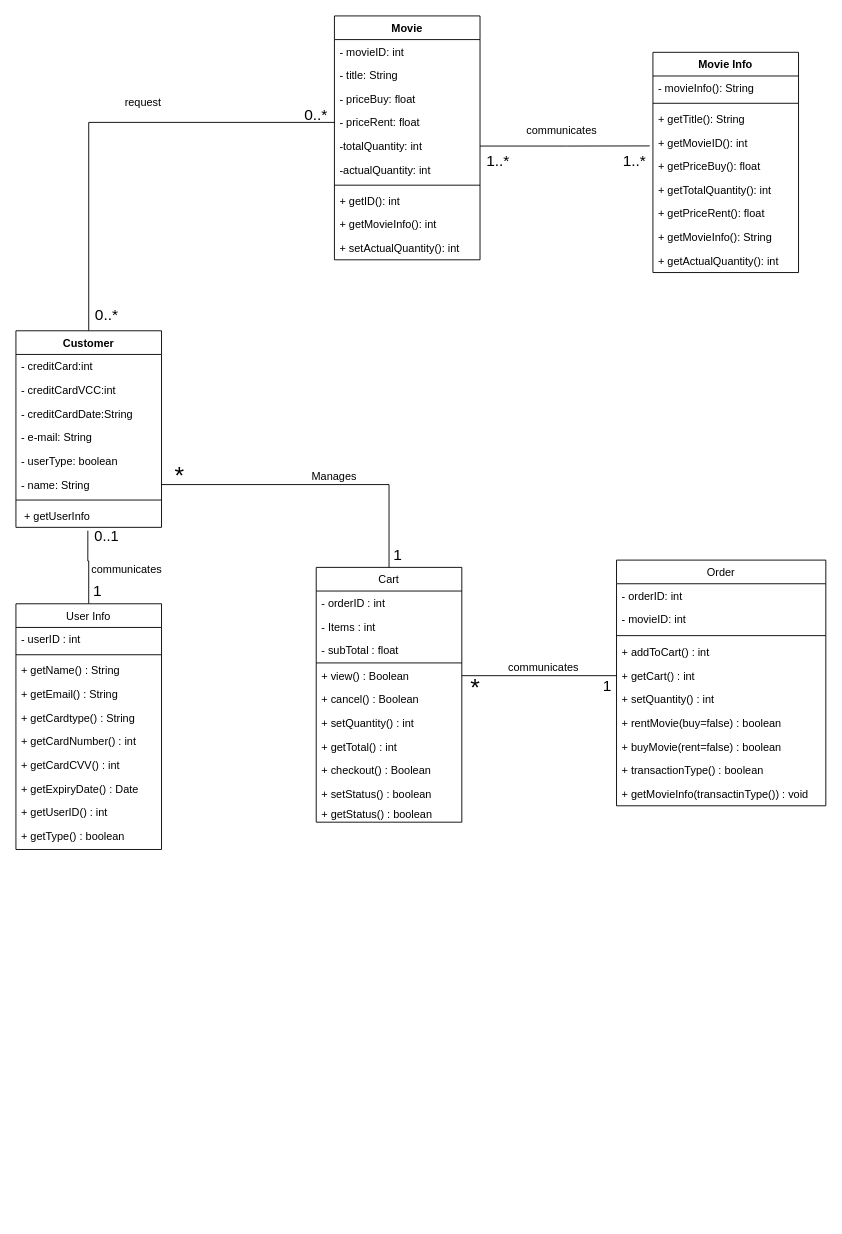
Earlier version of the draw.io diagram Trabalho escrito/Diagrams/classdiagram Version 2.drawio (AlissonDMoura/Movie-Rental). Source tidied: cells renumbered, new cells numbered last; positions are measured from the earlier drawing's top-left corner, leaving out a move shared by most shapes. Both pictures are drawn from the tidied source at 91%, with x=0, y=0 at pixel (15, 15).
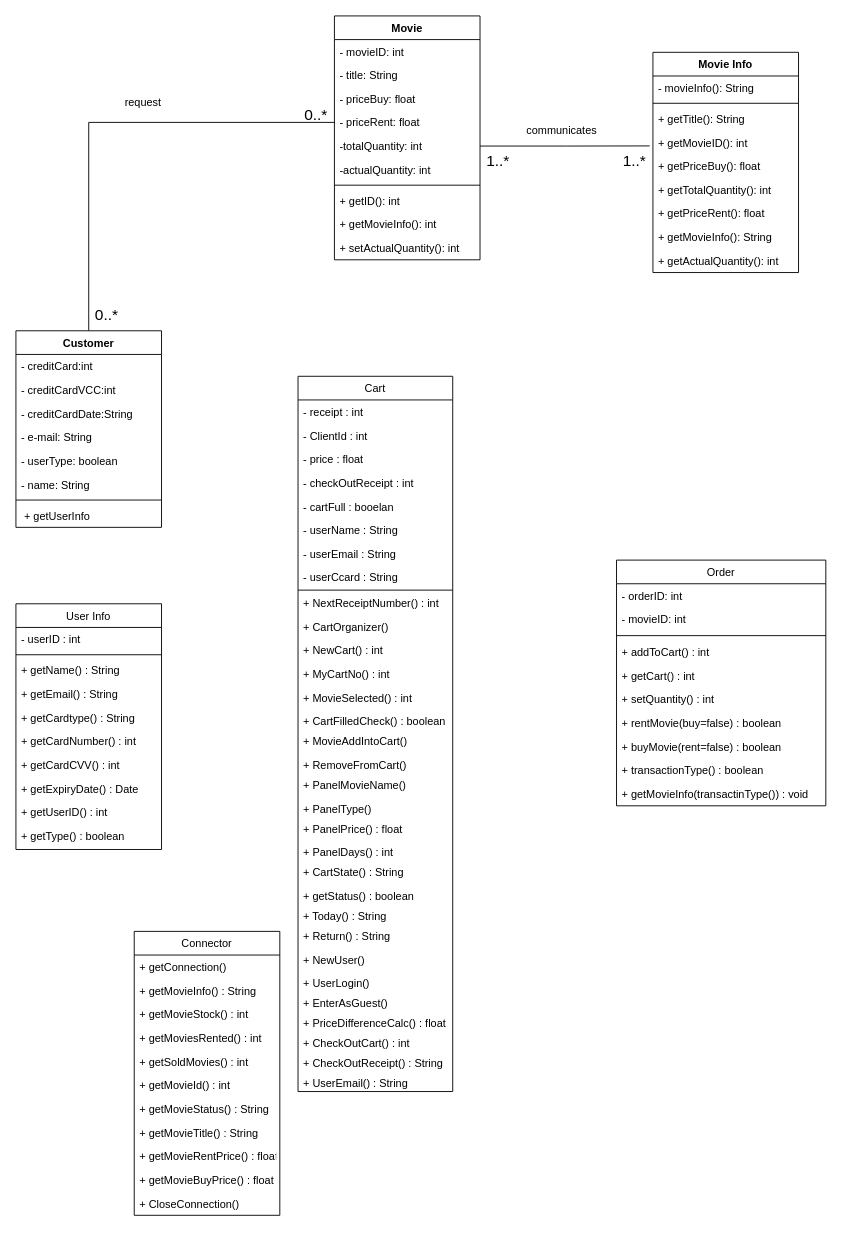
The same page after the edit.

The change refers to these unchanged cells:
```xml
<mxCell id="15" value="User Info" style="swimlane;fontStyle=0;align=center;verticalAlign=top;horizontal=1;startSize=26;rounded=0;shadow=0;strokeWidth=1;" parent="1" vertex="1">
  <mxGeometry y="646" width="160" height="270" as="geometry" />
</mxCell>
<mxCell id="31" value="+ getCart() : int" style="text;align=left;verticalAlign=top;spacingLeft=4;spacingRight=4;overflow=hidden;points=[[0,0.5],[1,0.5]];portConstraint=eastwest;rounded=0;shadow=0;html=0;" parent="26" vertex="1">
  <mxGeometry y="114" width="230" height="26" as="geometry" />
</mxCell>
<mxCell id="55" value="- name: String" style="text;strokeColor=none;fillColor=none;align=left;verticalAlign=top;spacingLeft=4;spacingRight=4;overflow=hidden;points=[[0,0.5],[1,0.5]];portConstraint=eastwest;" parent="49" vertex="1">
  <mxGeometry y="156" width="160" height="26" as="geometry" />
</mxCell>
<mxCell id="57" value=" + getUserInfo" style="text;strokeColor=none;fillColor=none;align=left;verticalAlign=top;spacingLeft=4;spacingRight=4;overflow=hidden;points=[[0,0.5],[1,0.5]];portConstraint=eastwest;" parent="49" vertex="1">
  <mxGeometry y="190" width="160" height="26" as="geometry" />
</mxCell>
```

The edit, as a diff of the source:
```diff
@@
     <mxCell id="2" value="Cart" style="swimlane;fontStyle=0;align=center;verticalAlign=top;horizontal=1;startSize=26;rounded=0;shadow=0;strokeWidth=1;" parent="1" vertex="1">
-      <mxGeometry x="330" y="606" width="160" height="280" as="geometry" />
+      <mxGeometry x="310" y="396" width="170" height="786" as="geometry" />
     </mxCell>
-    <mxCell id="3" value="- orderID : int" style="text;align=left;verticalAlign=top;spacingLeft=4;spacingRight=4;overflow=hidden;" parent="2" vertex="1">
-      <mxGeometry y="26" width="160" height="26" as="geometry" />
+    <mxCell id="3" value="- receipt : int" style="text;align=left;verticalAlign=top;spacingLeft=4;spacingRight=4;overflow=hidden;" parent="2" vertex="1">
+      <mxGeometry y="26" width="170" height="26" as="geometry" />
     </mxCell>
-    <mxCell id="4" value="- Items : int" style="text;align=left;verticalAlign=top;spacingLeft=4;spacingRight=4;overflow=hidden;rounded=0;shadow=0;html=0;" parent="2" vertex="1">
-      <mxGeometry y="52" width="160" height="26" as="geometry" />
+    <mxCell id="4" value="- ClientId : int" style="text;align=left;verticalAlign=top;spacingLeft=4;spacingRight=4;overflow=hidden;rounded=0;shadow=0;html=0;" parent="2" vertex="1">
+      <mxGeometry y="52" width="170" height="26" as="geometry" />
     </mxCell>
-    <mxCell id="5" value="- subTotal : float" style="text;align=left;verticalAlign=top;spacingLeft=4;spacingRight=4;overflow=hidden;rounded=0;shadow=0;html=0;" parent="2" vertex="1">
-      <mxGeometry y="78" width="160" height="26" as="geometry" />
+    <mxCell id="5" value="- price : float" style="text;align=left;verticalAlign=top;spacingLeft=4;spacingRight=4;overflow=hidden;rounded=0;shadow=0;html=0;" parent="2" vertex="1">
+      <mxGeometry y="78" width="170" height="26" as="geometry" />
     </mxCell>
+    <mxCell id="86" value="- checkOutReceipt : int" style="text;align=left;verticalAlign=top;spacingLeft=4;spacingRight=4;overflow=hidden;rounded=0;shadow=0;html=0;" parent="2" vertex="1">
+      <mxGeometry y="104" width="170" height="26" as="geometry" />
+    </mxCell>
+    <mxCell id="87" value="- cartFull : booelan" style="text;align=left;verticalAlign=top;spacingLeft=4;spacingRight=4;overflow=hidden;rounded=0;shadow=0;html=0;" parent="2" vertex="1">
+      <mxGeometry y="130" width="170" height="26" as="geometry" />
+    </mxCell>
+    <mxCell id="88" value="- userName : String" style="text;align=left;verticalAlign=top;spacingLeft=4;spacingRight=4;overflow=hidden;rounded=0;shadow=0;html=0;" parent="2" vertex="1">
+      <mxGeometry y="156" width="170" height="26" as="geometry" />
+    </mxCell>
+    <mxCell id="89" value="- userEmail : String" style="text;align=left;verticalAlign=top;spacingLeft=4;spacingRight=4;overflow=hidden;rounded=0;shadow=0;html=0;" parent="2" vertex="1">
+      <mxGeometry y="182" width="170" height="26" as="geometry" />
+    </mxCell>
+    <mxCell id="90" value="- userCcard : String" style="text;align=left;verticalAlign=top;spacingLeft=4;spacingRight=4;overflow=hidden;rounded=0;shadow=0;html=0;" parent="2" vertex="1">
+      <mxGeometry y="208" width="170" height="26" as="geometry" />
+    </mxCell>
     <mxCell id="6" style="line;html=1;strokeWidth=1;align=left;verticalAlign=middle;spacingTop=-1;spacingLeft=3;spacingRight=3;labelPosition=right;" parent="2" vertex="1">
-      <mxGeometry y="104" width="160" height="2" as="geometry" />
+      <mxGeometry y="234" width="170" height="2" as="geometry" />
     </mxCell>
-    <mxCell id="7" value="+ view() : Boolean" style="text;align=left;verticalAlign=top;spacingLeft=4;spacingRight=4;overflow=hidden;points=[[0,0.5],[1,0.5]];portConstraint=eastwest;rounded=0;shadow=0;html=0;" parent="2" vertex="1">
-      <mxGeometry y="106" width="160" height="26" as="geometry" />
+    <mxCell id="7" value="+ NextReceiptNumber() : int" style="text;align=left;verticalAlign=top;spacingLeft=4;spacingRight=4;overflow=hidden;points=[[0,0.5],[1,0.5]];portConstraint=eastwest;rounded=0;shadow=0;html=0;" parent="2" vertex="1">
+      <mxGeometry y="236" width="170" height="26" as="geometry" />
     </mxCell>
-    <mxCell id="8" value="+ cancel() : Boolean" style="text;align=left;verticalAlign=top;spacingLeft=4;spacingRight=4;overflow=hidden;rounded=0;shadow=0;html=0;" parent="2" vertex="1">
-      <mxGeometry y="132" width="160" height="26" as="geometry" />
+    <mxCell id="8" value="+ CartOrganizer() " style="text;align=left;verticalAlign=top;spacingLeft=4;spacingRight=4;overflow=hidden;rounded=0;shadow=0;html=0;" parent="2" vertex="1">
+      <mxGeometry y="262" width="170" height="26" as="geometry" />
     </mxCell>
-    <mxCell id="9" value="+ setQuantity() : int" style="text;align=left;verticalAlign=top;spacingLeft=4;spacingRight=4;overflow=hidden;rounded=0;shadow=0;html=0;" parent="2" vertex="1">
-      <mxGeometry y="158" width="160" height="26" as="geometry" />
+    <mxCell id="9" value="+ NewCart() : int" style="text;align=left;verticalAlign=top;spacingLeft=4;spacingRight=4;overflow=hidden;rounded=0;shadow=0;html=0;" parent="2" vertex="1">
+      <mxGeometry y="288" width="170" height="26" as="geometry" />
     </mxCell>
-    <mxCell id="10" value="+ getTotal() : int" style="text;align=left;verticalAlign=top;spacingLeft=4;spacingRight=4;overflow=hidden;rounded=0;shadow=0;html=0;" parent="2" vertex="1">
-      <mxGeometry y="184" width="160" height="26" as="geometry" />
+    <mxCell id="10" value="+ MyCartNo() : int" style="text;align=left;verticalAlign=top;spacingLeft=4;spacingRight=4;overflow=hidden;rounded=0;shadow=0;html=0;" parent="2" vertex="1">
+      <mxGeometry y="314" width="170" height="26" as="geometry" />
     </mxCell>
-    <mxCell id="11" value="+ checkout() : Boolean" style="text;align=left;verticalAlign=top;spacingLeft=4;spacingRight=4;overflow=hidden;rounded=0;shadow=0;html=0;" parent="2" vertex="1">
-      <mxGeometry y="210" width="160" height="26" as="geometry" />
+    <mxCell id="11" value="+ MovieSelected() : int" style="text;align=left;verticalAlign=top;spacingLeft=4;spacingRight=4;overflow=hidden;rounded=0;shadow=0;html=0;" parent="2" vertex="1">
+      <mxGeometry y="340" width="170" height="26" as="geometry" />
     </mxCell>
-    <mxCell id="12" value="+ setStatus() : boolean" style="text;align=left;verticalAlign=top;spacingLeft=4;spacingRight=4;overflow=hidden;rounded=0;shadow=0;html=0;" parent="2" vertex="1">
-      <mxGeometry y="236" width="160" height="22" as="geometry" />
+    <mxCell id="12" value="+ CartFilledCheck() : boolean" style="text;align=left;verticalAlign=top;spacingLeft=4;spacingRight=4;overflow=hidden;rounded=0;shadow=0;html=0;" parent="2" vertex="1">
+      <mxGeometry y="366" width="170" height="22" as="geometry" />
     </mxCell>
+    <mxCell id="91" value="+ MovieAddIntoCart() " style="text;align=left;verticalAlign=top;spacingLeft=4;spacingRight=4;overflow=hidden;rounded=0;shadow=0;html=0;" parent="2" vertex="1">
+      <mxGeometry y="388" width="170" height="26" as="geometry" />
+    </mxCell>
+    <mxCell id="92" value="+ RemoveFromCart() " style="text;align=left;verticalAlign=top;spacingLeft=4;spacingRight=4;overflow=hidden;rounded=0;shadow=0;html=0;" parent="2" vertex="1">
+      <mxGeometry y="414" width="170" height="22" as="geometry" />
+    </mxCell>
+    <mxCell id="93" value="+ PanelMovieName() " style="text;align=left;verticalAlign=top;spacingLeft=4;spacingRight=4;overflow=hidden;rounded=0;shadow=0;html=0;" parent="2" vertex="1">
+      <mxGeometry y="436" width="170" height="26" as="geometry" />
+    </mxCell>
-    <mxCell id="13" value="+ getStatus() : boolean" style="text;align=left;verticalAlign=top;spacingLeft=4;spacingRight=4;overflow=hidden;rounded=0;shadow=0;html=0;" parent="2" vertex="1">
-      <mxGeometry y="258" width="160" height="22" as="geometry" />
+    <mxCell id="13" value="+ PanelType() " style="text;align=left;verticalAlign=top;spacingLeft=4;spacingRight=4;overflow=hidden;rounded=0;shadow=0;html=0;" parent="2" vertex="1">
+      <mxGeometry y="462" width="170" height="22" as="geometry" />
     </mxCell>
-    <mxCell id="14" style="edgeStyle=orthogonalEdgeStyle;rounded=0;jettySize=auto;html=1;exitX=0.5;exitY=0;exitDx=0;exitDy=0;entryX=0.494;entryY=1.14;entryDx=0;entryDy=0;entryPerimeter=0;endArrow=none;endFill=0;" parent="1" edge="1" source="15" target="57">
-      <mxGeometry relative="1" as="geometry">
-        <Array as="points">
-          <mxPoint x="80" y="599" />
-          <mxPoint x="79" y="556" />
-        </Array>
-      </mxGeometry>
-    </mxCell>
+    <mxCell id="94" value="+ PanelPrice() : float" style="text;align=left;verticalAlign=top;spacingLeft=4;spacingRight=4;overflow=hidden;rounded=0;shadow=0;html=0;" parent="2" vertex="1">
+      <mxGeometry y="484" width="170" height="26" as="geometry" />
+    </mxCell>
+    <mxCell id="95" value="+ PanelDays() : int&#10;" style="text;align=left;verticalAlign=top;spacingLeft=4;spacingRight=4;overflow=hidden;rounded=0;shadow=0;html=0;" parent="2" vertex="1">
+      <mxGeometry y="510" width="170" height="22" as="geometry" />
+    </mxCell>
+    <mxCell id="96" value="+ CartState() : String" style="text;align=left;verticalAlign=top;spacingLeft=4;spacingRight=4;overflow=hidden;rounded=0;shadow=0;html=0;" parent="2" vertex="1">
+      <mxGeometry y="532" width="170" height="26" as="geometry" />
+    </mxCell>
+    <mxCell id="97" value="+ getStatus() : boolean" style="text;align=left;verticalAlign=top;spacingLeft=4;spacingRight=4;overflow=hidden;rounded=0;shadow=0;html=0;" parent="2" vertex="1">
+      <mxGeometry y="558" width="170" height="22" as="geometry" />
+    </mxCell>
+    <mxCell id="98" value="+ Today() : String" style="text;align=left;verticalAlign=top;spacingLeft=4;spacingRight=4;overflow=hidden;rounded=0;shadow=0;html=0;" parent="2" vertex="1">
+      <mxGeometry y="580" width="170" height="22" as="geometry" />
+    </mxCell>
+    <mxCell id="99" value="+ Return() : String" style="text;align=left;verticalAlign=top;spacingLeft=4;spacingRight=4;overflow=hidden;rounded=0;shadow=0;html=0;" parent="2" vertex="1">
+      <mxGeometry y="602" width="170" height="26" as="geometry" />
+    </mxCell>
+    <mxCell id="100" value="+ NewUser() " style="text;align=left;verticalAlign=top;spacingLeft=4;spacingRight=4;overflow=hidden;rounded=0;shadow=0;html=0;" parent="2" vertex="1">
+      <mxGeometry y="628" width="170" height="26" as="geometry" />
+    </mxCell>
+    <mxCell id="101" value="+ UserLogin() " style="text;align=left;verticalAlign=top;spacingLeft=4;spacingRight=4;overflow=hidden;rounded=0;shadow=0;html=0;" parent="2" vertex="1">
+      <mxGeometry y="654" width="170" height="22" as="geometry" />
+    </mxCell>
+    <mxCell id="102" value="+ EnterAsGuest() " style="text;align=left;verticalAlign=top;spacingLeft=4;spacingRight=4;overflow=hidden;rounded=0;shadow=0;html=0;" parent="2" vertex="1">
+      <mxGeometry y="676" width="170" height="22" as="geometry" />
+    </mxCell>
+    <mxCell id="103" value="+ PriceDifferenceCalc() : float " style="text;align=left;verticalAlign=top;spacingLeft=4;spacingRight=4;overflow=hidden;rounded=0;shadow=0;html=0;" parent="2" vertex="1">
+      <mxGeometry y="698" width="170" height="22" as="geometry" />
+    </mxCell>
+    <mxCell id="104" value="+ CheckOutCart() : int&#10;&#10;&#10; " style="text;align=left;verticalAlign=top;spacingLeft=4;spacingRight=4;overflow=hidden;rounded=0;shadow=0;html=0;" parent="2" vertex="1">
+      <mxGeometry y="720" width="170" height="22" as="geometry" />
+    </mxCell>
+    <mxCell id="105" value="+ CheckOutReceipt() : String" style="text;align=left;verticalAlign=top;spacingLeft=4;spacingRight=4;overflow=hidden;rounded=0;shadow=0;html=0;" parent="2" vertex="1">
+      <mxGeometry y="742" width="170" height="22" as="geometry" />
+    </mxCell>
+    <mxCell id="106" value="+ UserEmail() : String&#10; " style="text;align=left;verticalAlign=top;spacingLeft=4;spacingRight=4;overflow=hidden;rounded=0;shadow=0;html=0;" parent="2" vertex="1">
+      <mxGeometry y="764" width="170" height="22" as="geometry" />
+    </mxCell>
@@
-    <mxCell id="68" style="edgeStyle=orthogonalEdgeStyle;rounded=0;jettySize=auto;html=1;exitX=1;exitY=0.5;exitDx=0;exitDy=0;entryX=0.5;entryY=0;entryDx=0;entryDy=0;endArrow=none;endFill=0;" parent="1" edge="1" source="55" target="2">
-      <mxGeometry relative="1" as="geometry" />
-    </mxCell>
-    <mxCell id="69" style="edgeStyle=orthogonalEdgeStyle;rounded=0;jettySize=auto;html=1;exitX=1;exitY=0.5;exitDx=0;exitDy=0;entryX=0;entryY=0.5;entryDx=0;entryDy=0;endArrow=none;endFill=0;" parent="1" edge="1" source="7" target="31">
-      <mxGeometry relative="1" as="geometry" />
-    </mxCell>
-    <mxCell id="70" value="Manages" style="text;html=1;strokeColor=none;fillColor=none;align=center;verticalAlign=middle;whiteSpace=wrap;rounded=0;" parent="1" vertex="1">
-      <mxGeometry x="330" y="496" width="40" height="20" as="geometry" />
-    </mxCell>
-    <mxCell id="71" value="*" style="text;html=1;strokeColor=none;fillColor=none;align=center;verticalAlign=middle;whiteSpace=wrap;rounded=0;fontSize=27;" parent="1" vertex="1">
-      <mxGeometry x="160" y="496" width="40" height="20" as="geometry" />
-    </mxCell>
-    <mxCell id="72" value="&lt;font style=&quot;font-size: 17px&quot;&gt;1&lt;/font&gt;" style="text;html=1;strokeColor=none;fillColor=none;align=center;verticalAlign=middle;whiteSpace=wrap;rounded=0;fontSize=27;" parent="1" vertex="1">
-      <mxGeometry x="400" y="579" width="40" height="20" as="geometry" />
-    </mxCell>
-    <mxCell id="73" value="communicates" style="text;html=1;strokeColor=none;fillColor=none;align=center;verticalAlign=middle;whiteSpace=wrap;rounded=0;fontSize=12;" parent="1" vertex="1">
-      <mxGeometry x="560" y="706" width="40" height="20" as="geometry" />
-    </mxCell>
-    <mxCell id="74" value="*" style="text;html=1;strokeColor=none;fillColor=none;align=center;verticalAlign=middle;whiteSpace=wrap;rounded=0;fontSize=27;" parent="1" vertex="1">
-      <mxGeometry x="485" y="729" width="40" height="20" as="geometry" />
-    </mxCell>
-    <mxCell id="75" value="&lt;font style=&quot;font-size: 17px&quot;&gt;1&lt;/font&gt;" style="text;html=1;strokeColor=none;fillColor=none;align=center;verticalAlign=middle;whiteSpace=wrap;rounded=0;fontSize=27;" parent="1" vertex="1">
-      <mxGeometry x="630" y="723" width="40" height="20" as="geometry" />
-    </mxCell>
-    <mxCell id="76" value="communicates" style="text;html=1;strokeColor=none;fillColor=none;align=center;verticalAlign=middle;whiteSpace=wrap;rounded=0;fontSize=12;" parent="1" vertex="1">
-      <mxGeometry x="102" y="599" width="40" height="20" as="geometry" />
-    </mxCell>
-    <mxCell id="77" value="0..1" style="text;html=1;strokeColor=none;fillColor=none;align=center;verticalAlign=middle;whiteSpace=wrap;rounded=0;fontSize=16;" parent="1" vertex="1">
-      <mxGeometry x="80" y="562" width="40" height="20" as="geometry" />
-    </mxCell>
-    <mxCell id="78" value="&lt;font style=&quot;font-size: 17px&quot;&gt;1&lt;/font&gt;" style="text;html=1;strokeColor=none;fillColor=none;align=center;verticalAlign=middle;whiteSpace=wrap;rounded=0;fontSize=27;" parent="1" vertex="1">
-      <mxGeometry x="70" y="619" width="40" height="20" as="geometry" />
-    </mxCell>
@@
+    <mxCell id="107" value="Connector" style="swimlane;fontStyle=0;align=center;verticalAlign=top;horizontal=1;startSize=26;rounded=0;shadow=0;strokeWidth=1;" parent="1" vertex="1">
+      <mxGeometry x="130" y="1006" width="160" height="312" as="geometry" />
+    </mxCell>
+    <mxCell id="108" value="+ getConnection()" style="text;align=left;verticalAlign=top;spacingLeft=4;spacingRight=4;overflow=hidden;" parent="107" vertex="1">
+      <mxGeometry y="26" width="160" height="26" as="geometry" />
+    </mxCell>
+    <mxCell id="109" value="+ getMovieInfo() : String" style="text;align=left;verticalAlign=top;spacingLeft=4;spacingRight=4;overflow=hidden;" parent="107" vertex="1">
+      <mxGeometry y="52" width="160" height="26" as="geometry" />
+    </mxCell>
+    <mxCell id="110" value="+ getMovieStock() : int" style="text;align=left;verticalAlign=top;spacingLeft=4;spacingRight=4;overflow=hidden;" parent="107" vertex="1">
+      <mxGeometry y="78" width="160" height="26" as="geometry" />
+    </mxCell>
+    <mxCell id="111" value="+ getMoviesRented() : int" style="text;align=left;verticalAlign=top;spacingLeft=4;spacingRight=4;overflow=hidden;" parent="107" vertex="1">
+      <mxGeometry y="104" width="160" height="26" as="geometry" />
+    </mxCell>
+    <mxCell id="112" value="+ getSoldMovies() : int" style="text;align=left;verticalAlign=top;spacingLeft=4;spacingRight=4;overflow=hidden;" parent="107" vertex="1">
+      <mxGeometry y="130" width="160" height="26" as="geometry" />
+    </mxCell>
+    <mxCell id="113" value="+ getMovieId() : int" style="text;align=left;verticalAlign=top;spacingLeft=4;spacingRight=4;overflow=hidden;" parent="107" vertex="1">
+      <mxGeometry y="156" width="160" height="26" as="geometry" />
+    </mxCell>
+    <mxCell id="114" value="+ getMovieStatus() : String" style="text;align=left;verticalAlign=top;spacingLeft=4;spacingRight=4;overflow=hidden;" parent="107" vertex="1">
+      <mxGeometry y="182" width="160" height="26" as="geometry" />
+    </mxCell>
+    <mxCell id="115" value="+ getMovieTitle() : String" style="text;align=left;verticalAlign=top;spacingLeft=4;spacingRight=4;overflow=hidden;" parent="107" vertex="1">
+      <mxGeometry y="208" width="160" height="26" as="geometry" />
+    </mxCell>
+    <mxCell id="116" value="+ getMovieRentPrice() : float" style="text;align=left;verticalAlign=top;spacingLeft=4;spacingRight=4;overflow=hidden;" parent="107" vertex="1">
+      <mxGeometry y="234" width="160" height="26" as="geometry" />
+    </mxCell>
+    <mxCell id="117" value="+ getMovieBuyPrice() : float" style="text;align=left;verticalAlign=top;spacingLeft=4;spacingRight=4;overflow=hidden;" parent="107" vertex="1">
+      <mxGeometry y="260" width="160" height="26" as="geometry" />
+    </mxCell>
+    <mxCell id="118" value="+ CloseConnection()" style="text;align=left;verticalAlign=top;spacingLeft=4;spacingRight=4;overflow=hidden;" parent="107" vertex="1">
+      <mxGeometry y="286" width="160" height="26" as="geometry" />
+    </mxCell>
```
